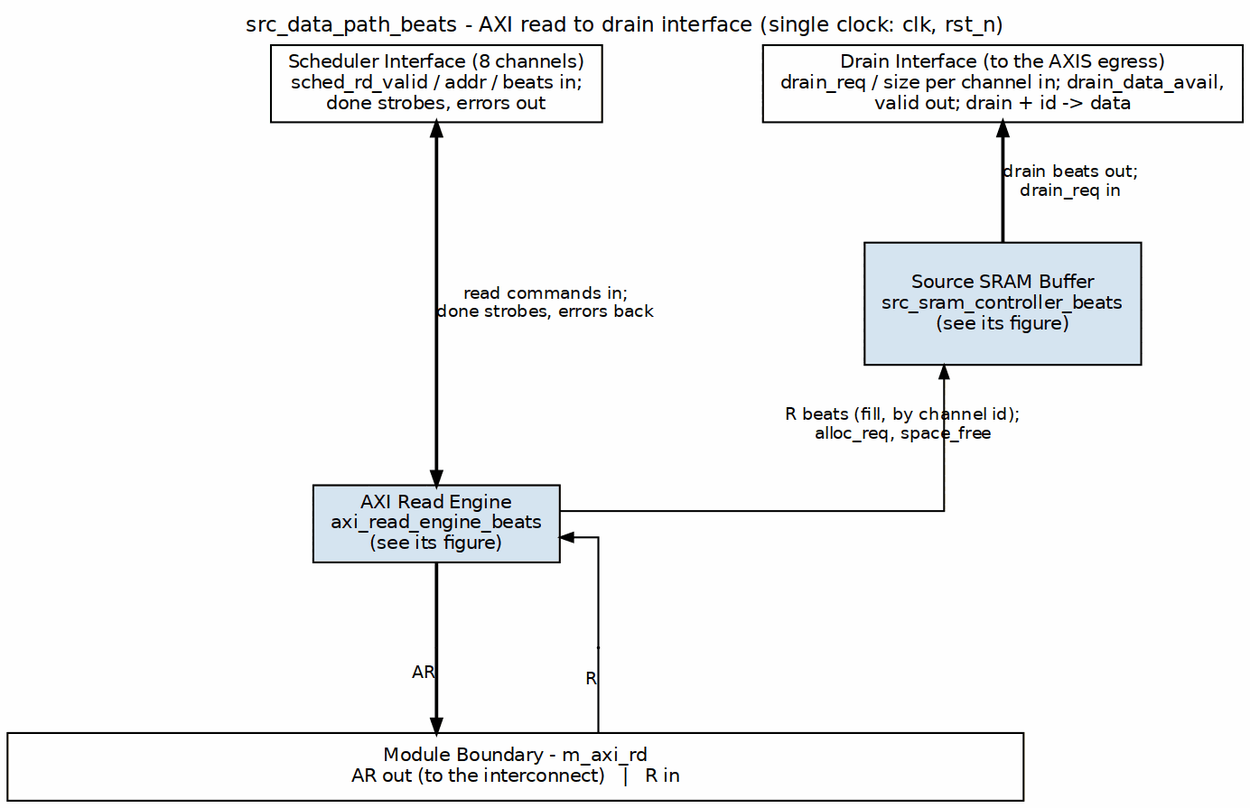
This is projects/components/dma-ip/rapids/docs/rapids_beats_mas/assets/graphviz/16_source_data_path.png from sean-galloway/RTLDesignSherpa, a Graphviz export, as it was before one commit. Its source is kept beside it as projects/components/dma-ip/rapids/docs/rapids_beats_mas/assets/graphviz/16_source_data_path.dot. Source of this version:
```dot
digraph src_data_path_beats {
    graph [rankdir=TB, bgcolor="white", fontname="Helvetica", fontsize=11,
           nodesep="0.60", ranksep="0.60", splines=ortho,
           label="src_data_path_beats - AXI read to drain interface (single clock: clk, rst_n)",
           labelloc=t, labeljust=c];
    node  [fontname="Helvetica", fontsize=10, shape=box, style=filled,
           fillcolor="#D6E4F0", color="black", margin="0.12,0.06"];
    edge  [fontname="Helvetica", fontsize=9, color="black", arrowsize=0.7];

    sched [label="Scheduler Interface (8 channels)\nsched_rd_valid / addr / beats in;\ndone strobes, errors out", fillcolor="white", group=C];
    drain [label="Drain Interface (to the AXIS egress)\ndrain_req / size per channel in; drain_data_avail,\nvalid out; drain + id -> data", fillcolor="white", group=R];
    eng   [label="AXI Read Engine\naxi_read_engine_beats\n(see its figure)", group=C];
    sram  [label="Source SRAM Buffer\nsrc_sram_controller_beats\n(see its figure)", height=0.9, group=R];
    bar   [label="Module Boundary - m_axi_rd\nAR out (to the interconnect)   |   R in", fillcolor="white", width=7.5];

    sched -> eng  [dir=both, label="read commands in;\ndone strobes, errors back", penwidth=1.8];
    sram  -> eng  [dir=back, label="R beats (fill, by channel id);\nalloc_req, space_free"];
    drain -> sram [dir=back, label="drain beats out;\ndrain_req in", penwidth=1.8];

    p_ar [shape=point, width=0.01, group=C];
    p_r  [shape=point, width=0.01];
    { rank=same; p_ar; p_r; }
    p_ar -> p_r [style=invis];
    eng -> p_ar [arrowhead=none, headclip=false, penwidth=1.8];
    p_ar -> bar [xlabel="AR", penwidth=1.8, tailclip=false];
    eng -> p_r  [dir=back, headclip=false];
    p_r -> bar  [dir=none, xlabel="R", tailclip=false];

    { rank=same; sched; drain; }
    sched -> drain [style=invis];
    { rank=same; eng; }
}
```
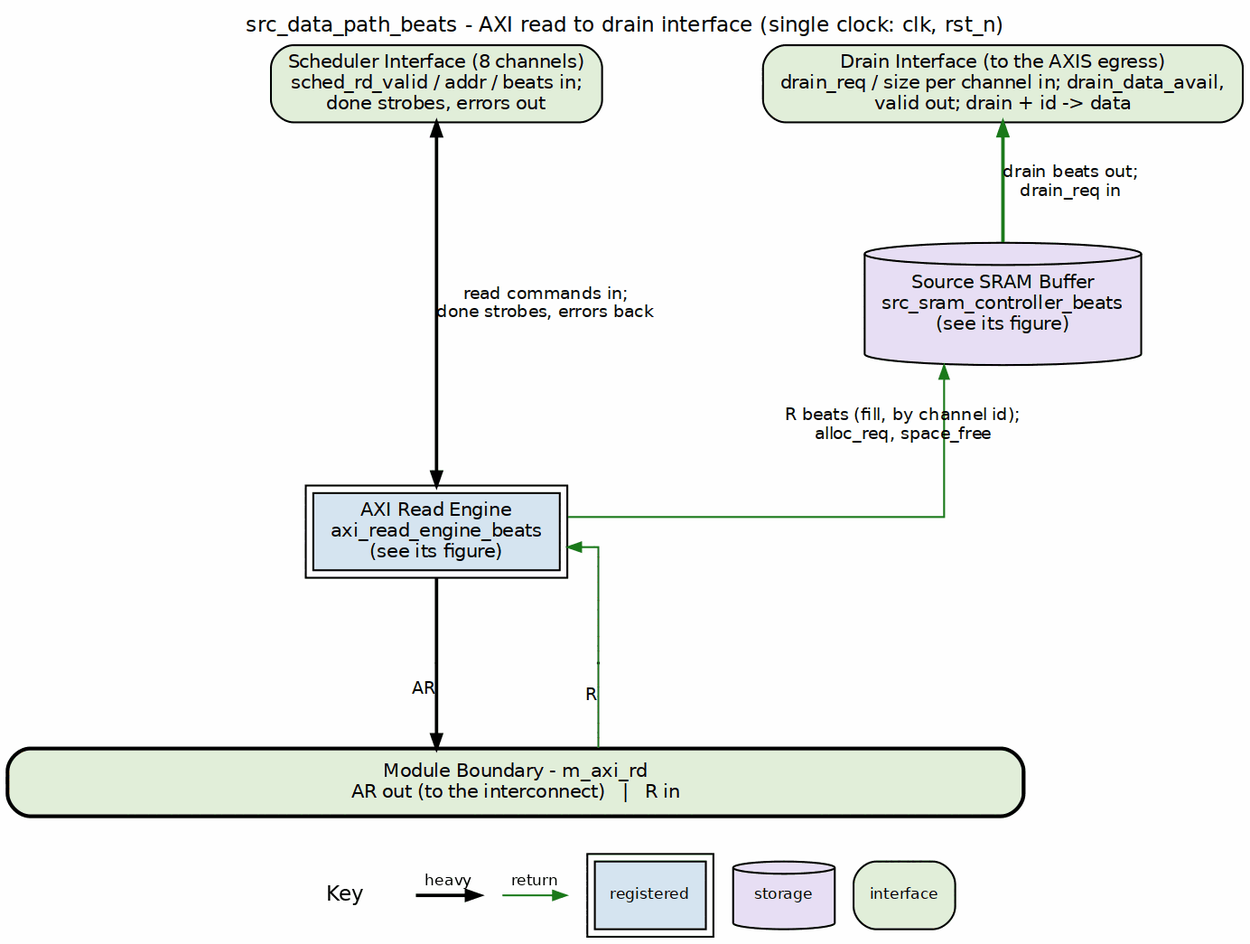
Above is the later version.

Change to the diagram source:
```diff
@@ -4,18 +4,18 @@
            label="src_data_path_beats - AXI read to drain interface (single clock: clk, rst_n)",
            labelloc=t, labeljust=c];
     node  [fontname="Helvetica", fontsize=10, shape=box, style=filled,
-           fillcolor="#D6E4F0", color="black", margin="0.12,0.06"];
+           fillcolor="white", color="black", margin="0.12,0.06"];
     edge  [fontname="Helvetica", fontsize=9, color="black", arrowsize=0.7];
 
-    sched [label="Scheduler Interface (8 channels)\nsched_rd_valid / addr / beats in;\ndone strobes, errors out", fillcolor="white", group=C];
-    drain [label="Drain Interface (to the AXIS egress)\ndrain_req / size per channel in; drain_data_avail,\nvalid out; drain + id -> data", fillcolor="white", group=R];
-    eng   [label="AXI Read Engine\naxi_read_engine_beats\n(see its figure)", group=C];
-    sram  [label="Source SRAM Buffer\nsrc_sram_controller_beats\n(see its figure)", height=0.9, group=R];
-    bar   [label="Module Boundary - m_axi_rd\nAR out (to the interconnect)   |   R in", fillcolor="white", width=7.5];
+    sched [label="Scheduler Interface (8 channels)\nsched_rd_valid / addr / beats in;\ndone strobes, errors out", fillcolor="white", group=C, style="rounded,filled", fillcolor="#E2EFDA"];
+    drain [label="Drain Interface (to the AXIS egress)\ndrain_req / size per channel in; drain_data_avail,\nvalid out; drain + id -> data", fillcolor="white", group=R, style="rounded,filled", fillcolor="#E2EFDA"];
+    eng   [label="AXI Read Engine\naxi_read_engine_beats\n(see its figure)", group=C, peripheries=2, style="filled", fillcolor="#D6E4F0"];
+    sram  [label="Source SRAM Buffer\nsrc_sram_controller_beats\n(see its figure)", height=0.9, group=R, shape=cylinder, style="filled", fillcolor="#E8DFF5"];
+    bar   [label="Module Boundary - m_axi_rd\nAR out (to the interconnect)   |   R in", fillcolor="white", width=7.5, style="rounded,filled,bold", fillcolor="#E2EFDA"];
 
     sched -> eng  [dir=both, label="read commands in;\ndone strobes, errors back", penwidth=1.8];
-    sram  -> eng  [dir=back, label="R beats (fill, by channel id);\nalloc_req, space_free"];
-    drain -> sram [dir=back, label="drain beats out;\ndrain_req in", penwidth=1.8];
+    sram  -> eng  [color="#1A7A1A", dir=back, label="R beats (fill, by channel id);\nalloc_req, space_free"];
+    drain -> sram [color="#1A7A1A", dir=back, label="drain beats out;\ndrain_req in", penwidth=1.8];
 
     p_ar [shape=point, width=0.01, group=C];
     p_r  [shape=point, width=0.01];
@@ -23,8 +23,8 @@
     p_ar -> p_r [style=invis];
     eng -> p_ar [arrowhead=none, headclip=false, penwidth=1.8];
     p_ar -> bar [xlabel="AR", penwidth=1.8, tailclip=false];
-    eng -> p_r  [dir=back, headclip=false];
-    p_r -> bar  [dir=none, xlabel="R", tailclip=false];
+    eng -> p_r  [color="#1A7A1A", dir=back, headclip=false];
+    p_r -> bar  [color="#1A7A1A", dir=none, xlabel="R", tailclip=false];
 
     { rank=same; sched; drain; }
     sched -> drain [style=invis];
```
